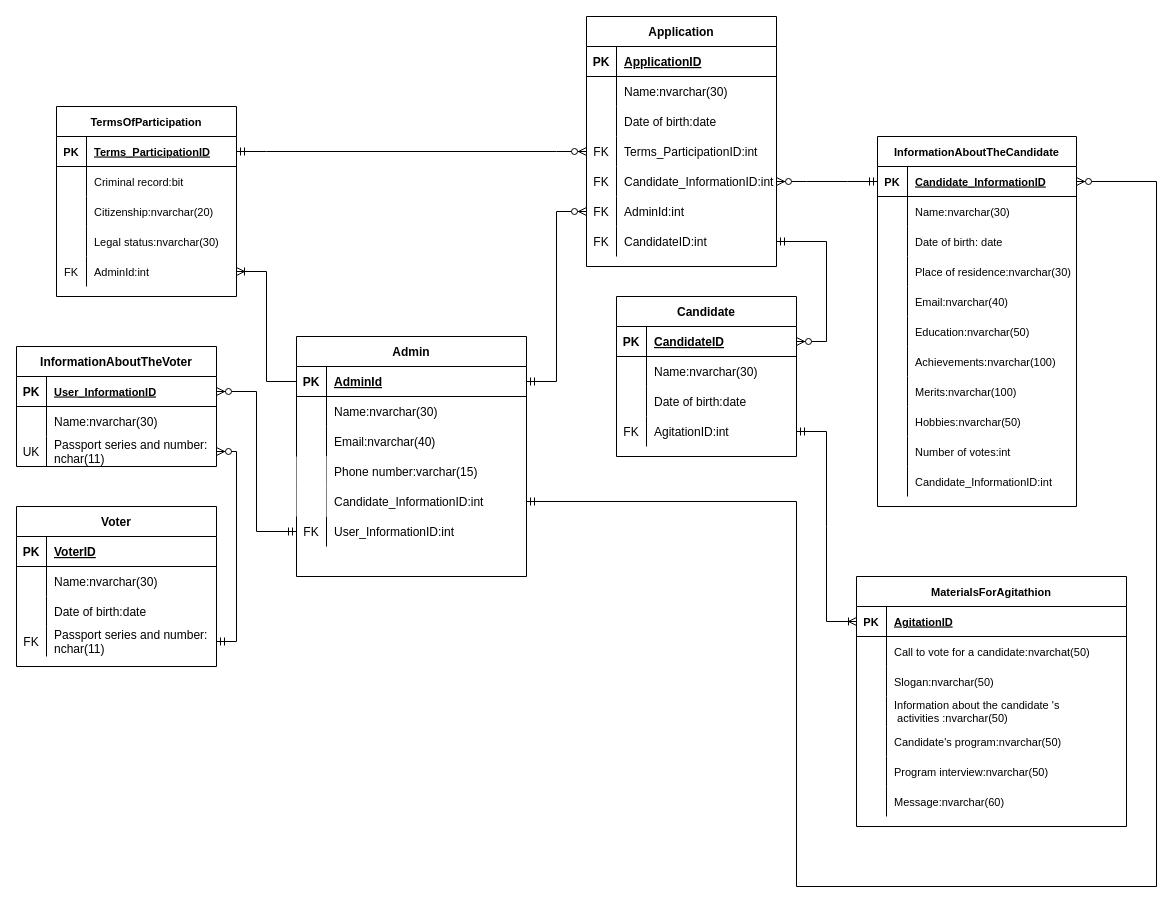
The draw.io diagram ER Diagram.drawio in aleksey899/Inter.MixAN, before the edit. Source tidied: cells renumbered, new cells numbered last; positions are measured from the earlier drawing's top-left corner, leaving out a move shared by most shapes. Both pictures are drawn from the tidied source at 100%, with x=0, y=0 at pixel (16, 16).
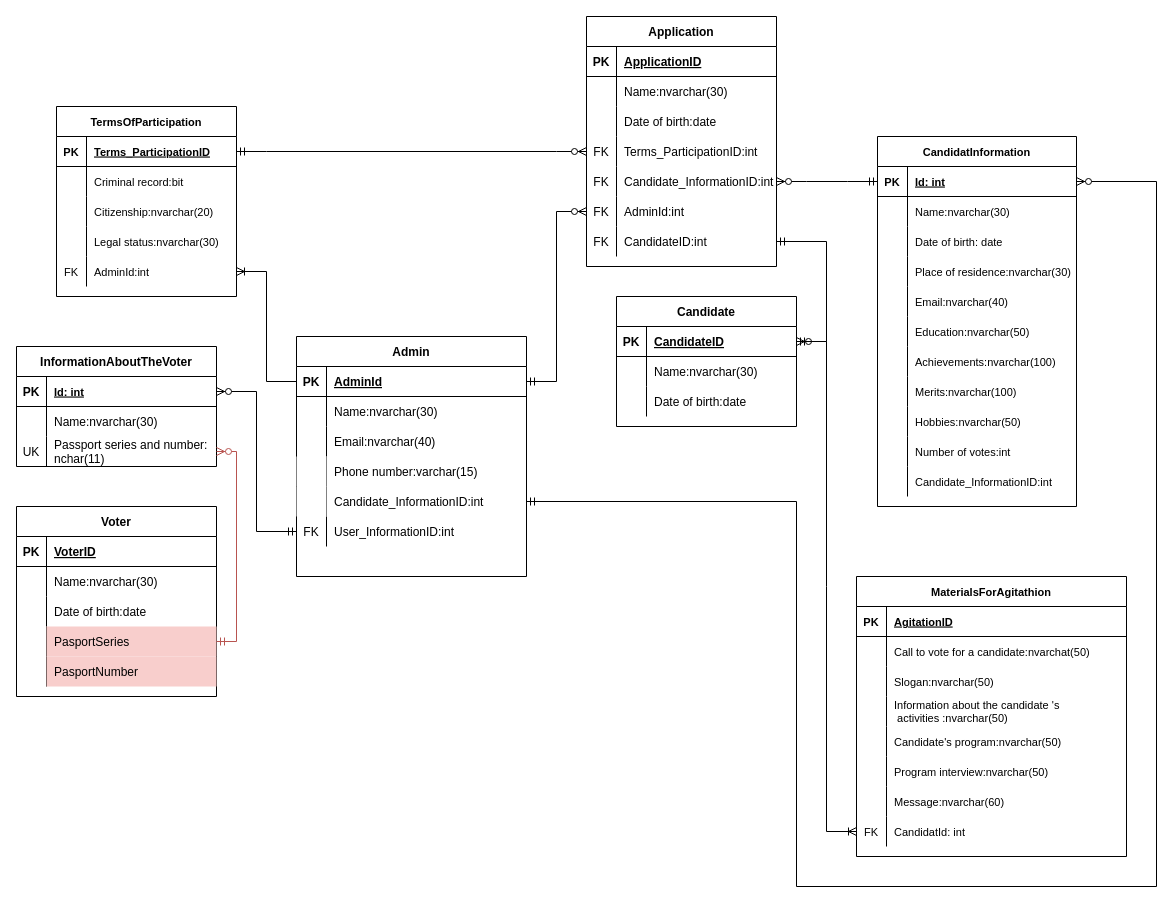
The same page after the edit.

The change refers to these unchanged cells:
```xml
<mxCell id="3" style="shape=partialRectangle;fillColor=none;top=0;left=0;bottom=1;right=0;points=[[0,0.5],[1,0.5]];portConstraint=eastwest;" parent="2" vertex="1">
  <mxGeometry y="30" width="200" height="30" as="geometry" />
</mxCell>
<mxCell id="9" style="shape=partialRectangle;fillColor=none;top=0;left=0;bottom=0;right=0;points=[[0,0.5],[1,0.5]];portConstraint=eastwest;" parent="2" vertex="1">
  <mxGeometry y="90" width="200" height="30" as="geometry" />
</mxCell>
<mxCell id="13" style="shape=partialRectangle;fillColor=none;top=0;left=0;bottom=1;right=0;points=[[0,0.5],[1,0.5]];portConstraint=eastwest;shadow=0;sketch=0;fontSize=11;strokeWidth=1;" parent="12" vertex="1">
  <mxGeometry y="30" width="199" height="30" as="geometry" />
</mxCell>
<mxCell id="63" style="shape=partialRectangle;fillColor=none;top=0;left=0;bottom=1;right=0;points=[[0,0.5],[1,0.5]];portConstraint=eastwest;shadow=0;sketch=0;fontSize=11;strokeWidth=1;" parent="62" vertex="1">
  <mxGeometry y="30" width="270" height="30" as="geometry" />
</mxCell>
<mxCell id="85" style="shape=partialRectangle;fillColor=none;top=0;left=0;bottom=1;right=0;points=[[0,0.5],[1,0.5]];portConstraint=eastwest;" parent="84" vertex="1">
  <mxGeometry y="30" width="180" height="30" as="geometry" />
</mxCell>
<mxCell id="107" style="shape=partialRectangle;fillColor=none;top=0;left=0;bottom=0;right=0;points=[[0,0.5],[1,0.5]];portConstraint=eastwest;" parent="97" vertex="1">
  <mxGeometry y="120" width="200" height="30" as="geometry" />
</mxCell>
```

The edit, as a diff of the source:
```diff
@@
-    <mxCell id="5" value="User_InformationID" style="shape=partialRectangle;fillColor=none;top=0;left=0;bottom=0;right=0;align=left;spacingLeft=6;fontStyle=5;overflow=hidden;fontSize=11;" parent="3" vertex="1">
+    <mxCell id="5" value="Id: int" style="shape=partialRectangle;fillColor=none;top=0;left=0;bottom=0;right=0;align=left;spacingLeft=6;fontStyle=5;overflow=hidden;fontSize=11;" parent="3" vertex="1">
       <mxGeometry x="30" width="170" height="30" as="geometry" />
     </mxCell>
@@
-    <mxCell id="12" value="InformationAboutTheCandidate" style="shape=table;startSize=30;childLayout=tableLayout;rowLines=0;fontStyle=1;align=center;shadow=0;sketch=0;fontSize=11;strokeWidth=1;" parent="1" vertex="1">
+    <mxCell id="12" value="CandidatInformation" style="shape=table;startSize=30;childLayout=tableLayout;rowLines=0;fontStyle=1;align=center;shadow=0;sketch=0;fontSize=11;strokeWidth=1;" parent="1" vertex="1">
       <mxGeometry x="861" y="120" width="199" height="370" as="geometry" />
     </mxCell>
@@
-    <mxCell id="15" value="Candidate_InformationID" style="shape=partialRectangle;fillColor=none;top=0;left=0;bottom=0;right=0;align=left;spacingLeft=6;fontStyle=5;overflow=hidden;shadow=0;sketch=0;fontSize=11;strokeWidth=1;" parent="13" vertex="1">
+    <mxCell id="15" value="Id: int" style="shape=partialRectangle;fillColor=none;top=0;left=0;bottom=0;right=0;align=left;spacingLeft=6;fontStyle=5;overflow=hidden;shadow=0;sketch=0;fontSize=11;strokeWidth=1;" parent="13" vertex="1">
       <mxGeometry x="30" width="169" height="30" as="geometry" />
     </mxCell>
@@
     <mxCell id="62" value="MaterialsForAgitathion" style="shape=table;startSize=30;childLayout=tableLayout;rowLines=0;fontStyle=1;align=center;shadow=0;sketch=0;fontSize=11;strokeWidth=1;" parent="1" vertex="1">
-      <mxGeometry x="840" y="560" width="270" height="250" as="geometry" />
+      <mxGeometry x="840" y="560" width="270" height="280" as="geometry" />
     </mxCell>
@@
+    <mxCell id="161" style="shape=partialRectangle;fillColor=none;top=0;left=0;bottom=0;right=0;points=[[0,0.5],[1,0.5]];portConstraint=eastwest;shadow=0;sketch=0;fontSize=11;strokeWidth=1;" parent="62" vertex="1">
+      <mxGeometry y="240" width="270" height="30" as="geometry" />
+    </mxCell>
+    <mxCell id="95" value="FK" style="shape=partialRectangle;fillColor=none;top=0;left=0;bottom=0;right=0;overflow=hidden;shadow=0;sketch=0;fontSize=11;strokeWidth=1;" parent="161" vertex="1">
+      <mxGeometry width="30" height="30" as="geometry" />
+    </mxCell>
+    <mxCell id="162" value="CandidatId: int" style="shape=partialRectangle;fillColor=none;top=0;left=0;bottom=0;right=0;align=left;spacingLeft=6;overflow=hidden;shadow=0;sketch=0;fontSize=11;strokeWidth=1;" parent="161" vertex="1">
+      <mxGeometry x="30" width="240" height="30" as="geometry" />
+    </mxCell>
     <mxCell id="84" value="Candidate" style="shape=table;startSize=30;childLayout=tableLayout;rowLines=0;fontStyle=1;align=center;" parent="1" vertex="1">
-      <mxGeometry x="600" y="280" width="180" height="160" as="geometry" />
+      <mxGeometry x="600" y="280" width="180" height="130" as="geometry" />
     </mxCell>
@@
-    <mxCell id="94" style="shape=partialRectangle;fillColor=none;top=0;left=0;bottom=0;right=0;points=[[0,0.5],[1,0.5]];portConstraint=eastwest;" parent="84" vertex="1">
-      <mxGeometry y="120" width="180" height="30" as="geometry" />
-    </mxCell>
-    <mxCell id="95" value="FK" style="shape=partialRectangle;fillColor=none;top=0;left=0;bottom=0;right=0;overflow=hidden;" parent="94" vertex="1">
-      <mxGeometry width="30" height="30" as="geometry" />
-    </mxCell>
-    <mxCell id="96" value="AgitationID:int" style="shape=partialRectangle;fillColor=none;top=0;left=0;bottom=0;right=0;align=left;spacingLeft=6;overflow=hidden;" parent="94" vertex="1">
-      <mxGeometry x="30" width="150" height="30" as="geometry" />
-    </mxCell>
     <mxCell id="97" value="Voter" style="shape=table;startSize=30;childLayout=tableLayout;rowLines=0;fontStyle=1;align=center;" parent="1" vertex="1">
-      <mxGeometry y="490" width="200" height="160" as="geometry" />
+      <mxGeometry y="490" width="200" height="190" as="geometry" />
     </mxCell>
@@
-    <mxCell id="108" value="FK" style="shape=partialRectangle;fillColor=none;top=0;left=0;bottom=0;right=0;overflow=hidden;" parent="107" vertex="1">
+    <mxCell id="108" style="shape=partialRectangle;fillColor=none;top=0;left=0;bottom=0;right=0;overflow=hidden;" parent="107" vertex="1">
       <mxGeometry width="30" height="30" as="geometry" />
     </mxCell>
-    <mxCell id="109" value="Passport series and number:&#10;nchar(11)" style="shape=partialRectangle;fillColor=none;top=0;left=0;bottom=0;right=0;align=left;spacingLeft=6;overflow=hidden;" parent="107" vertex="1">
+    <mxCell id="109" value="PasportSeries" style="shape=partialRectangle;fillColor=#f8cecc;top=0;left=0;bottom=0;right=0;align=left;spacingLeft=6;overflow=hidden;strokeColor=#b85450;" parent="107" vertex="1">
       <mxGeometry x="30" width="170" height="30" as="geometry" />
     </mxCell>
+    <mxCell id="163" style="shape=partialRectangle;fillColor=none;top=0;left=0;bottom=0;right=0;" parent="97" vertex="1">
+      <mxGeometry y="150" width="200" height="30" as="geometry" />
+    </mxCell>
+    <mxCell id="164" style="shape=partialRectangle;fillColor=none;top=0;left=0;bottom=0;right=0;overflow=hidden;" parent="163" vertex="1">
+      <mxGeometry width="30" height="30" as="geometry" />
+    </mxCell>
+    <mxCell id="165" value="PasportNumber" style="shape=partialRectangle;fillColor=#f8cecc;top=0;left=0;bottom=0;right=0;align=left;spacingLeft=6;overflow=hidden;strokeColor=#b85450;" parent="163" vertex="1">
+      <mxGeometry x="30" width="170" height="30" as="geometry" />
+    </mxCell>
@@
-    <mxCell id="130" style="edgeStyle=orthogonalEdgeStyle;fontSize=12;html=1;endArrow=ERzeroToMany;startArrow=ERmandOne;rounded=0;exitX=1;exitY=0.5;exitDx=0;exitDy=0;" parent="1" edge="1" source="107" target="9">
+    <mxCell id="130" style="edgeStyle=orthogonalEdgeStyle;fontSize=12;html=1;endArrow=ERzeroToMany;startArrow=ERmandOne;rounded=0;exitX=1;exitY=0.5;exitDx=0;exitDy=0;fillColor=#f8cecc;strokeColor=#b85450;" parent="1" edge="1" source="107" target="9">
       <mxGeometry relative="1" as="geometry">
         <Array as="points">
           <mxPoint x="220" y="625" />
           <mxPoint x="220" y="435" />
         </Array>
       </mxGeometry>
     </mxCell>
@@
-    <mxCell id="160" style="edgeStyle=entityRelationEdgeStyle;fontSize=12;html=1;endArrow=ERoneToMany;startArrow=ERmandOne;rounded=0;entryX=0;entryY=0.5;entryDx=0;entryDy=0;" parent="1" edge="1" source="94" target="63">
+    <mxCell id="160" style="edgeStyle=entityRelationEdgeStyle;fontSize=12;html=1;endArrow=ERoneToMany;startArrow=ERmandOne;rounded=0;" parent="1" edge="1" source="85" target="161">
       <mxGeometry relative="1" as="geometry" />
     </mxCell>
```
